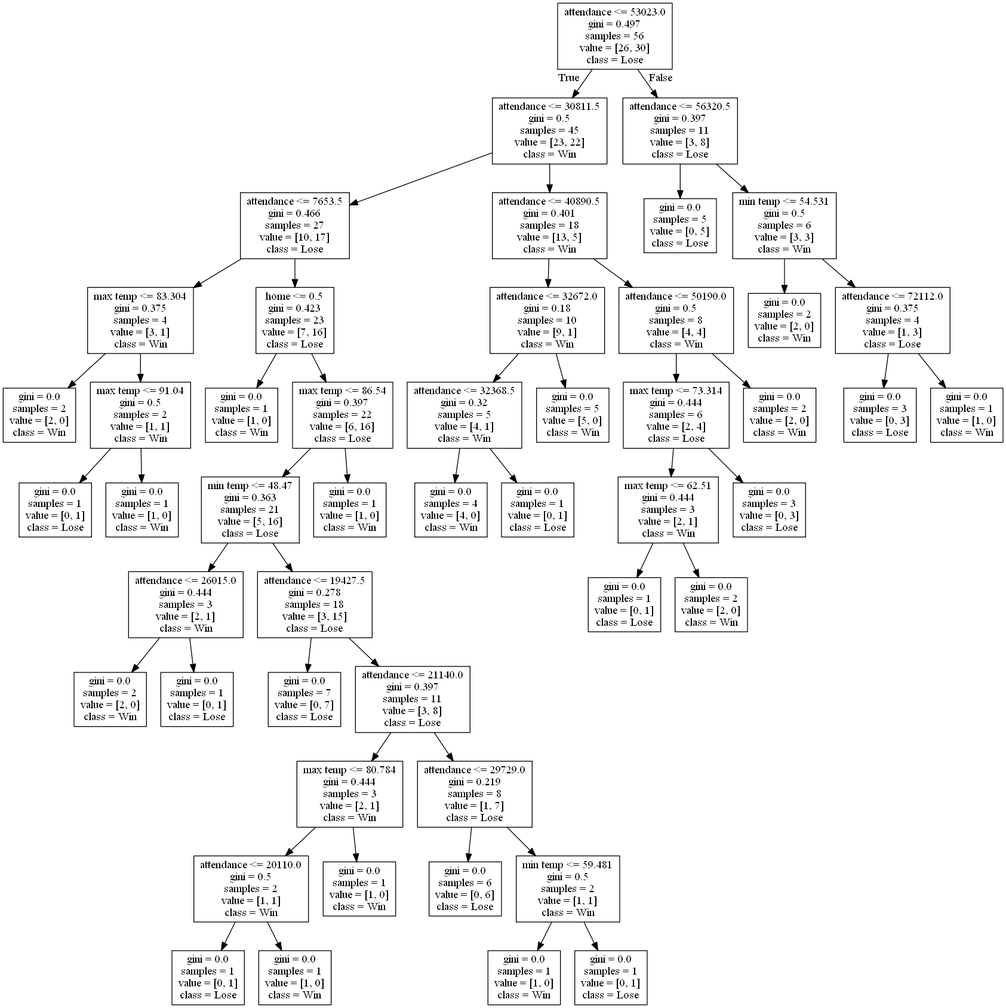
This is DecisionTrees/decision_tree_no_score13.png from alexana-steck/CSE482Project, a Graphviz export, as it was before one commit. Its source is kept beside it as DecisionTrees/decision_tree_no_score13.dot. Source of this version:
```dot
digraph Tree {
node [shape=box] ;
0 [label="attendance <= 53023.0\ngini = 0.497\nsamples = 56\nvalue = [26, 30]\nclass = Lose"] ;
1 [label="attendance <= 30811.5\ngini = 0.5\nsamples = 45\nvalue = [23, 22]\nclass = Win"] ;
0 -> 1 [labeldistance=2.5, labelangle=45, headlabel="True"] ;
2 [label="attendance <= 7653.5\ngini = 0.466\nsamples = 27\nvalue = [10, 17]\nclass = Lose"] ;
1 -> 2 ;
3 [label="max temp <= 83.304\ngini = 0.375\nsamples = 4\nvalue = [3, 1]\nclass = Win"] ;
2 -> 3 ;
4 [label="gini = 0.0\nsamples = 2\nvalue = [2, 0]\nclass = Win"] ;
3 -> 4 ;
5 [label="max temp <= 91.04\ngini = 0.5\nsamples = 2\nvalue = [1, 1]\nclass = Win"] ;
3 -> 5 ;
6 [label="gini = 0.0\nsamples = 1\nvalue = [0, 1]\nclass = Lose"] ;
5 -> 6 ;
7 [label="gini = 0.0\nsamples = 1\nvalue = [1, 0]\nclass = Win"] ;
5 -> 7 ;
8 [label="home <= 0.5\ngini = 0.423\nsamples = 23\nvalue = [7, 16]\nclass = Lose"] ;
2 -> 8 ;
9 [label="gini = 0.0\nsamples = 1\nvalue = [1, 0]\nclass = Win"] ;
8 -> 9 ;
10 [label="max temp <= 86.54\ngini = 0.397\nsamples = 22\nvalue = [6, 16]\nclass = Lose"] ;
8 -> 10 ;
11 [label="min temp <= 48.47\ngini = 0.363\nsamples = 21\nvalue = [5, 16]\nclass = Lose"] ;
10 -> 11 ;
12 [label="attendance <= 26015.0\ngini = 0.444\nsamples = 3\nvalue = [2, 1]\nclass = Win"] ;
11 -> 12 ;
13 [label="gini = 0.0\nsamples = 2\nvalue = [2, 0]\nclass = Win"] ;
12 -> 13 ;
14 [label="gini = 0.0\nsamples = 1\nvalue = [0, 1]\nclass = Lose"] ;
12 -> 14 ;
15 [label="attendance <= 19427.5\ngini = 0.278\nsamples = 18\nvalue = [3, 15]\nclass = Lose"] ;
11 -> 15 ;
16 [label="gini = 0.0\nsamples = 7\nvalue = [0, 7]\nclass = Lose"] ;
15 -> 16 ;
17 [label="attendance <= 21140.0\ngini = 0.397\nsamples = 11\nvalue = [3, 8]\nclass = Lose"] ;
15 -> 17 ;
18 [label="max temp <= 80.784\ngini = 0.444\nsamples = 3\nvalue = [2, 1]\nclass = Win"] ;
17 -> 18 ;
19 [label="attendance <= 20110.0\ngini = 0.5\nsamples = 2\nvalue = [1, 1]\nclass = Win"] ;
18 -> 19 ;
20 [label="gini = 0.0\nsamples = 1\nvalue = [0, 1]\nclass = Lose"] ;
19 -> 20 ;
21 [label="gini = 0.0\nsamples = 1\nvalue = [1, 0]\nclass = Win"] ;
19 -> 21 ;
22 [label="gini = 0.0\nsamples = 1\nvalue = [1, 0]\nclass = Win"] ;
18 -> 22 ;
23 [label="attendance <= 29729.0\ngini = 0.219\nsamples = 8\nvalue = [1, 7]\nclass = Lose"] ;
17 -> 23 ;
24 [label="gini = 0.0\nsamples = 6\nvalue = [0, 6]\nclass = Lose"] ;
23 -> 24 ;
25 [label="min temp <= 59.481\ngini = 0.5\nsamples = 2\nvalue = [1, 1]\nclass = Win"] ;
23 -> 25 ;
26 [label="gini = 0.0\nsamples = 1\nvalue = [1, 0]\nclass = Win"] ;
25 -> 26 ;
27 [label="gini = 0.0\nsamples = 1\nvalue = [0, 1]\nclass = Lose"] ;
25 -> 27 ;
28 [label="gini = 0.0\nsamples = 1\nvalue = [1, 0]\nclass = Win"] ;
10 -> 28 ;
29 [label="attendance <= 40890.5\ngini = 0.401\nsamples = 18\nvalue = [13, 5]\nclass = Win"] ;
1 -> 29 ;
30 [label="attendance <= 32672.0\ngini = 0.18\nsamples = 10\nvalue = [9, 1]\nclass = Win"] ;
29 -> 30 ;
31 [label="attendance <= 32368.5\ngini = 0.32\nsamples = 5\nvalue = [4, 1]\nclass = Win"] ;
30 -> 31 ;
32 [label="gini = 0.0\nsamples = 4\nvalue = [4, 0]\nclass = Win"] ;
31 -> 32 ;
33 [label="gini = 0.0\nsamples = 1\nvalue = [0, 1]\nclass = Lose"] ;
31 -> 33 ;
34 [label="gini = 0.0\nsamples = 5\nvalue = [5, 0]\nclass = Win"] ;
30 -> 34 ;
35 [label="attendance <= 50190.0\ngini = 0.5\nsamples = 8\nvalue = [4, 4]\nclass = Win"] ;
29 -> 35 ;
36 [label="max temp <= 73.314\ngini = 0.444\nsamples = 6\nvalue = [2, 4]\nclass = Lose"] ;
35 -> 36 ;
37 [label="max temp <= 62.51\ngini = 0.444\nsamples = 3\nvalue = [2, 1]\nclass = Win"] ;
36 -> 37 ;
38 [label="gini = 0.0\nsamples = 1\nvalue = [0, 1]\nclass = Lose"] ;
37 -> 38 ;
39 [label="gini = 0.0\nsamples = 2\nvalue = [2, 0]\nclass = Win"] ;
37 -> 39 ;
40 [label="gini = 0.0\nsamples = 3\nvalue = [0, 3]\nclass = Lose"] ;
36 -> 40 ;
41 [label="gini = 0.0\nsamples = 2\nvalue = [2, 0]\nclass = Win"] ;
35 -> 41 ;
42 [label="attendance <= 56320.5\ngini = 0.397\nsamples = 11\nvalue = [3, 8]\nclass = Lose"] ;
0 -> 42 [labeldistance=2.5, labelangle=-45, headlabel="False"] ;
43 [label="gini = 0.0\nsamples = 5\nvalue = [0, 5]\nclass = Lose"] ;
42 -> 43 ;
44 [label="min temp <= 54.531\ngini = 0.5\nsamples = 6\nvalue = [3, 3]\nclass = Win"] ;
42 -> 44 ;
45 [label="gini = 0.0\nsamples = 2\nvalue = [2, 0]\nclass = Win"] ;
44 -> 45 ;
46 [label="attendance <= 72112.0\ngini = 0.375\nsamples = 4\nvalue = [1, 3]\nclass = Lose"] ;
44 -> 46 ;
47 [label="gini = 0.0\nsamples = 3\nvalue = [0, 3]\nclass = Lose"] ;
46 -> 47 ;
48 [label="gini = 0.0\nsamples = 1\nvalue = [1, 0]\nclass = Win"] ;
46 -> 48 ;
}
```
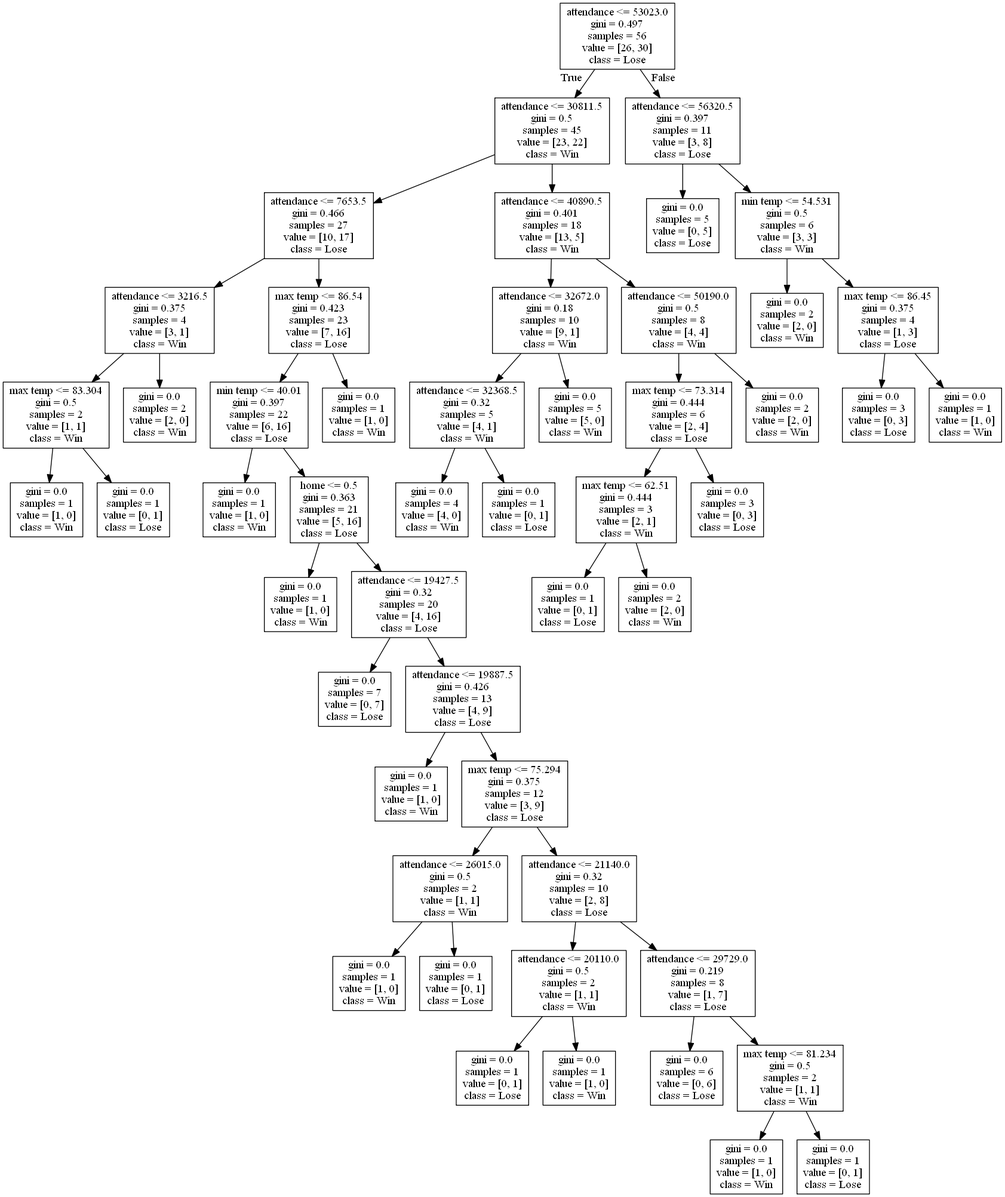
Later version of the same file.

What changed in the source:
```diff
@@ -5,96 +5,100 @@
 0 -> 1 [labeldistance=2.5, labelangle=45, headlabel="True"] ;
 2 [label="attendance <= 7653.5\ngini = 0.466\nsamples = 27\nvalue = [10, 17]\nclass = Lose"] ;
 1 -> 2 ;
-3 [label="max temp <= 83.304\ngini = 0.375\nsamples = 4\nvalue = [3, 1]\nclass = Win"] ;
+3 [label="attendance <= 3216.5\ngini = 0.375\nsamples = 4\nvalue = [3, 1]\nclass = Win"] ;
 2 -> 3 ;
-4 [label="gini = 0.0\nsamples = 2\nvalue = [2, 0]\nclass = Win"] ;
+4 [label="max temp <= 83.304\ngini = 0.5\nsamples = 2\nvalue = [1, 1]\nclass = Win"] ;
 3 -> 4 ;
-5 [label="max temp <= 91.04\ngini = 0.5\nsamples = 2\nvalue = [1, 1]\nclass = Win"] ;
-3 -> 5 ;
+5 [label="gini = 0.0\nsamples = 1\nvalue = [1, 0]\nclass = Win"] ;
+4 -> 5 ;
 6 [label="gini = 0.0\nsamples = 1\nvalue = [0, 1]\nclass = Lose"] ;
-5 -> 6 ;
-7 [label="gini = 0.0\nsamples = 1\nvalue = [1, 0]\nclass = Win"] ;
-5 -> 7 ;
-8 [label="home <= 0.5\ngini = 0.423\nsamples = 23\nvalue = [7, 16]\nclass = Lose"] ;
+4 -> 6 ;
+7 [label="gini = 0.0\nsamples = 2\nvalue = [2, 0]\nclass = Win"] ;
+3 -> 7 ;
+8 [label="max temp <= 86.54\ngini = 0.423\nsamples = 23\nvalue = [7, 16]\nclass = Lose"] ;
 2 -> 8 ;
-9 [label="gini = 0.0\nsamples = 1\nvalue = [1, 0]\nclass = Win"] ;
+9 [label="min temp <= 40.01\ngini = 0.397\nsamples = 22\nvalue = [6, 16]\nclass = Lose"] ;
 8 -> 9 ;
-10 [label="max temp <= 86.54\ngini = 0.397\nsamples = 22\nvalue = [6, 16]\nclass = Lose"] ;
-8 -> 10 ;
-11 [label="min temp <= 48.47\ngini = 0.363\nsamples = 21\nvalue = [5, 16]\nclass = Lose"] ;
-10 -> 11 ;
-12 [label="attendance <= 26015.0\ngini = 0.444\nsamples = 3\nvalue = [2, 1]\nclass = Win"] ;
+10 [label="gini = 0.0\nsamples = 1\nvalue = [1, 0]\nclass = Win"] ;
+9 -> 10 ;
+11 [label="home <= 0.5\ngini = 0.363\nsamples = 21\nvalue = [5, 16]\nclass = Lose"] ;
+9 -> 11 ;
+12 [label="gini = 0.0\nsamples = 1\nvalue = [1, 0]\nclass = Win"] ;
 11 -> 12 ;
-13 [label="gini = 0.0\nsamples = 2\nvalue = [2, 0]\nclass = Win"] ;
-12 -> 13 ;
-14 [label="gini = 0.0\nsamples = 1\nvalue = [0, 1]\nclass = Lose"] ;
-12 -> 14 ;
-15 [label="attendance <= 19427.5\ngini = 0.278\nsamples = 18\nvalue = [3, 15]\nclass = Lose"] ;
-11 -> 15 ;
-16 [label="gini = 0.0\nsamples = 7\nvalue = [0, 7]\nclass = Lose"] ;
+13 [label="attendance <= 19427.5\ngini = 0.32\nsamples = 20\nvalue = [4, 16]\nclass = Lose"] ;
+11 -> 13 ;
+14 [label="gini = 0.0\nsamples = 7\nvalue = [0, 7]\nclass = Lose"] ;
+13 -> 14 ;
+15 [label="attendance <= 19887.5\ngini = 0.426\nsamples = 13\nvalue = [4, 9]\nclass = Lose"] ;
+13 -> 15 ;
+16 [label="gini = 0.0\nsamples = 1\nvalue = [1, 0]\nclass = Win"] ;
 15 -> 16 ;
-17 [label="attendance <= 21140.0\ngini = 0.397\nsamples = 11\nvalue = [3, 8]\nclass = Lose"] ;
+17 [label="max temp <= 75.294\ngini = 0.375\nsamples = 12\nvalue = [3, 9]\nclass = Lose"] ;
 15 -> 17 ;
-18 [label="max temp <= 80.784\ngini = 0.444\nsamples = 3\nvalue = [2, 1]\nclass = Win"] ;
+18 [label="attendance <= 26015.0\ngini = 0.5\nsamples = 2\nvalue = [1, 1]\nclass = Win"] ;
 17 -> 18 ;
-19 [label="attendance <= 20110.0\ngini = 0.5\nsamples = 2\nvalue = [1, 1]\nclass = Win"] ;
+19 [label="gini = 0.0\nsamples = 1\nvalue = [1, 0]\nclass = Win"] ;
 18 -> 19 ;
 20 [label="gini = 0.0\nsamples = 1\nvalue = [0, 1]\nclass = Lose"] ;
-19 -> 20 ;
-21 [label="gini = 0.0\nsamples = 1\nvalue = [1, 0]\nclass = Win"] ;
-19 -> 21 ;
-22 [label="gini = 0.0\nsamples = 1\nvalue = [1, 0]\nclass = Win"] ;
-18 -> 22 ;
-23 [label="attendance <= 29729.0\ngini = 0.219\nsamples = 8\nvalue = [1, 7]\nclass = Lose"] ;
-17 -> 23 ;
-24 [label="gini = 0.0\nsamples = 6\nvalue = [0, 6]\nclass = Lose"] ;
-23 -> 24 ;
-25 [label="min temp <= 59.481\ngini = 0.5\nsamples = 2\nvalue = [1, 1]\nclass = Win"] ;
-23 -> 25 ;
-26 [label="gini = 0.0\nsamples = 1\nvalue = [1, 0]\nclass = Win"] ;
+18 -> 20 ;
+21 [label="attendance <= 21140.0\ngini = 0.32\nsamples = 10\nvalue = [2, 8]\nclass = Lose"] ;
+17 -> 21 ;
+22 [label="attendance <= 20110.0\ngini = 0.5\nsamples = 2\nvalue = [1, 1]\nclass = Win"] ;
+21 -> 22 ;
+23 [label="gini = 0.0\nsamples = 1\nvalue = [0, 1]\nclass = Lose"] ;
+22 -> 23 ;
+24 [label="gini = 0.0\nsamples = 1\nvalue = [1, 0]\nclass = Win"] ;
+22 -> 24 ;
+25 [label="attendance <= 29729.0\ngini = 0.219\nsamples = 8\nvalue = [1, 7]\nclass = Lose"] ;
+21 -> 25 ;
+26 [label="gini = 0.0\nsamples = 6\nvalue = [0, 6]\nclass = Lose"] ;
 25 -> 26 ;
-27 [label="gini = 0.0\nsamples = 1\nvalue = [0, 1]\nclass = Lose"] ;
+27 [label="max temp <= 81.234\ngini = 0.5\nsamples = 2\nvalue = [1, 1]\nclass = Win"] ;
 25 -> 27 ;
 28 [label="gini = 0.0\nsamples = 1\nvalue = [1, 0]\nclass = Win"] ;
-10 -> 28 ;
-29 [label="attendance <= 40890.5\ngini = 0.401\nsamples = 18\nvalue = [13, 5]\nclass = Win"] ;
-1 -> 29 ;
-30 [label="attendance <= 32672.0\ngini = 0.18\nsamples = 10\nvalue = [9, 1]\nclass = Win"] ;
-29 -> 30 ;
-31 [label="attendance <= 32368.5\ngini = 0.32\nsamples = 5\nvalue = [4, 1]\nclass = Win"] ;
-30 -> 31 ;
-32 [label="gini = 0.0\nsamples = 4\nvalue = [4, 0]\nclass = Win"] ;
+27 -> 28 ;
+29 [label="gini = 0.0\nsamples = 1\nvalue = [0, 1]\nclass = Lose"] ;
+27 -> 29 ;
+30 [label="gini = 0.0\nsamples = 1\nvalue = [1, 0]\nclass = Win"] ;
+8 -> 30 ;
+31 [label="attendance <= 40890.5\ngini = 0.401\nsamples = 18\nvalue = [13, 5]\nclass = Win"] ;
+1 -> 31 ;
+32 [label="attendance <= 32672.0\ngini = 0.18\nsamples = 10\nvalue = [9, 1]\nclass = Win"] ;
 31 -> 32 ;
-33 [label="gini = 0.0\nsamples = 1\nvalue = [0, 1]\nclass = Lose"] ;
-31 -> 33 ;
-34 [label="gini = 0.0\nsamples = 5\nvalue = [5, 0]\nclass = Win"] ;
-30 -> 34 ;
-35 [label="attendance <= 50190.0\ngini = 0.5\nsamples = 8\nvalue = [4, 4]\nclass = Win"] ;
-29 -> 35 ;
-36 [label="max temp <= 73.314\ngini = 0.444\nsamples = 6\nvalue = [2, 4]\nclass = Lose"] ;
-35 -> 36 ;
-37 [label="max temp <= 62.51\ngini = 0.444\nsamples = 3\nvalue = [2, 1]\nclass = Win"] ;
-36 -> 37 ;
-38 [label="gini = 0.0\nsamples = 1\nvalue = [0, 1]\nclass = Lose"] ;
+33 [label="attendance <= 32368.5\ngini = 0.32\nsamples = 5\nvalue = [4, 1]\nclass = Win"] ;
+32 -> 33 ;
+34 [label="gini = 0.0\nsamples = 4\nvalue = [4, 0]\nclass = Win"] ;
+33 -> 34 ;
+35 [label="gini = 0.0\nsamples = 1\nvalue = [0, 1]\nclass = Lose"] ;
+33 -> 35 ;
+36 [label="gini = 0.0\nsamples = 5\nvalue = [5, 0]\nclass = Win"] ;
+32 -> 36 ;
+37 [label="attendance <= 50190.0\ngini = 0.5\nsamples = 8\nvalue = [4, 4]\nclass = Win"] ;
+31 -> 37 ;
+38 [label="max temp <= 73.314\ngini = 0.444\nsamples = 6\nvalue = [2, 4]\nclass = Lose"] ;
 37 -> 38 ;
-39 [label="gini = 0.0\nsamples = 2\nvalue = [2, 0]\nclass = Win"] ;
-37 -> 39 ;
-40 [label="gini = 0.0\nsamples = 3\nvalue = [0, 3]\nclass = Lose"] ;
-36 -> 40 ;
+39 [label="max temp <= 62.51\ngini = 0.444\nsamples = 3\nvalue = [2, 1]\nclass = Win"] ;
+38 -> 39 ;
+40 [label="gini = 0.0\nsamples = 1\nvalue = [0, 1]\nclass = Lose"] ;
+39 -> 40 ;
 41 [label="gini = 0.0\nsamples = 2\nvalue = [2, 0]\nclass = Win"] ;
-35 -> 41 ;
-42 [label="attendance <= 56320.5\ngini = 0.397\nsamples = 11\nvalue = [3, 8]\nclass = Lose"] ;
-0 -> 42 [labeldistance=2.5, labelangle=-45, headlabel="False"] ;
-43 [label="gini = 0.0\nsamples = 5\nvalue = [0, 5]\nclass = Lose"] ;
-42 -> 43 ;
-44 [label="min temp <= 54.531\ngini = 0.5\nsamples = 6\nvalue = [3, 3]\nclass = Win"] ;
-42 -> 44 ;
-45 [label="gini = 0.0\nsamples = 2\nvalue = [2, 0]\nclass = Win"] ;
+39 -> 41 ;
+42 [label="gini = 0.0\nsamples = 3\nvalue = [0, 3]\nclass = Lose"] ;
+38 -> 42 ;
+43 [label="gini = 0.0\nsamples = 2\nvalue = [2, 0]\nclass = Win"] ;
+37 -> 43 ;
+44 [label="attendance <= 56320.5\ngini = 0.397\nsamples = 11\nvalue = [3, 8]\nclass = Lose"] ;
+0 -> 44 [labeldistance=2.5, labelangle=-45, headlabel="False"] ;
+45 [label="gini = 0.0\nsamples = 5\nvalue = [0, 5]\nclass = Lose"] ;
 44 -> 45 ;
-46 [label="attendance <= 72112.0\ngini = 0.375\nsamples = 4\nvalue = [1, 3]\nclass = Lose"] ;
+46 [label="min temp <= 54.531\ngini = 0.5\nsamples = 6\nvalue = [3, 3]\nclass = Win"] ;
 44 -> 46 ;
-47 [label="gini = 0.0\nsamples = 3\nvalue = [0, 3]\nclass = Lose"] ;
+47 [label="gini = 0.0\nsamples = 2\nvalue = [2, 0]\nclass = Win"] ;
 46 -> 47 ;
-48 [label="gini = 0.0\nsamples = 1\nvalue = [1, 0]\nclass = Win"] ;
+48 [label="max temp <= 86.45\ngini = 0.375\nsamples = 4\nvalue = [1, 3]\nclass = Lose"] ;
 46 -> 48 ;
+49 [label="gini = 0.0\nsamples = 3\nvalue = [0, 3]\nclass = Lose"] ;
+48 -> 49 ;
+50 [label="gini = 0.0\nsamples = 1\nvalue = [1, 0]\nclass = Win"] ;
+48 -> 50 ;
 }
```
